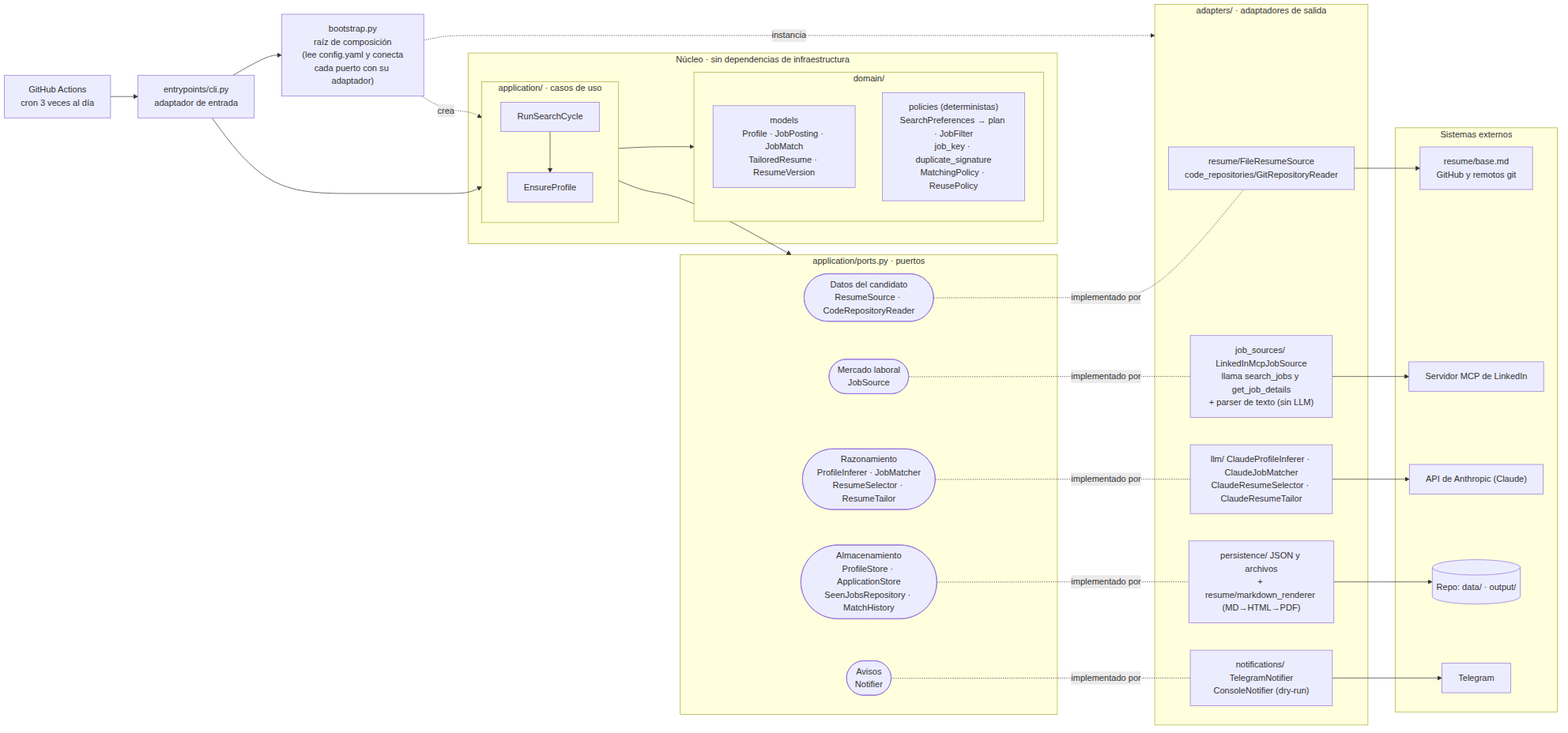
This is docs/diagramas/componentes.png from HugoTalledos/job-search, a Mermaid export, as it was before one commit. Its source is kept beside it as docs/diagramas/componentes.mmd.
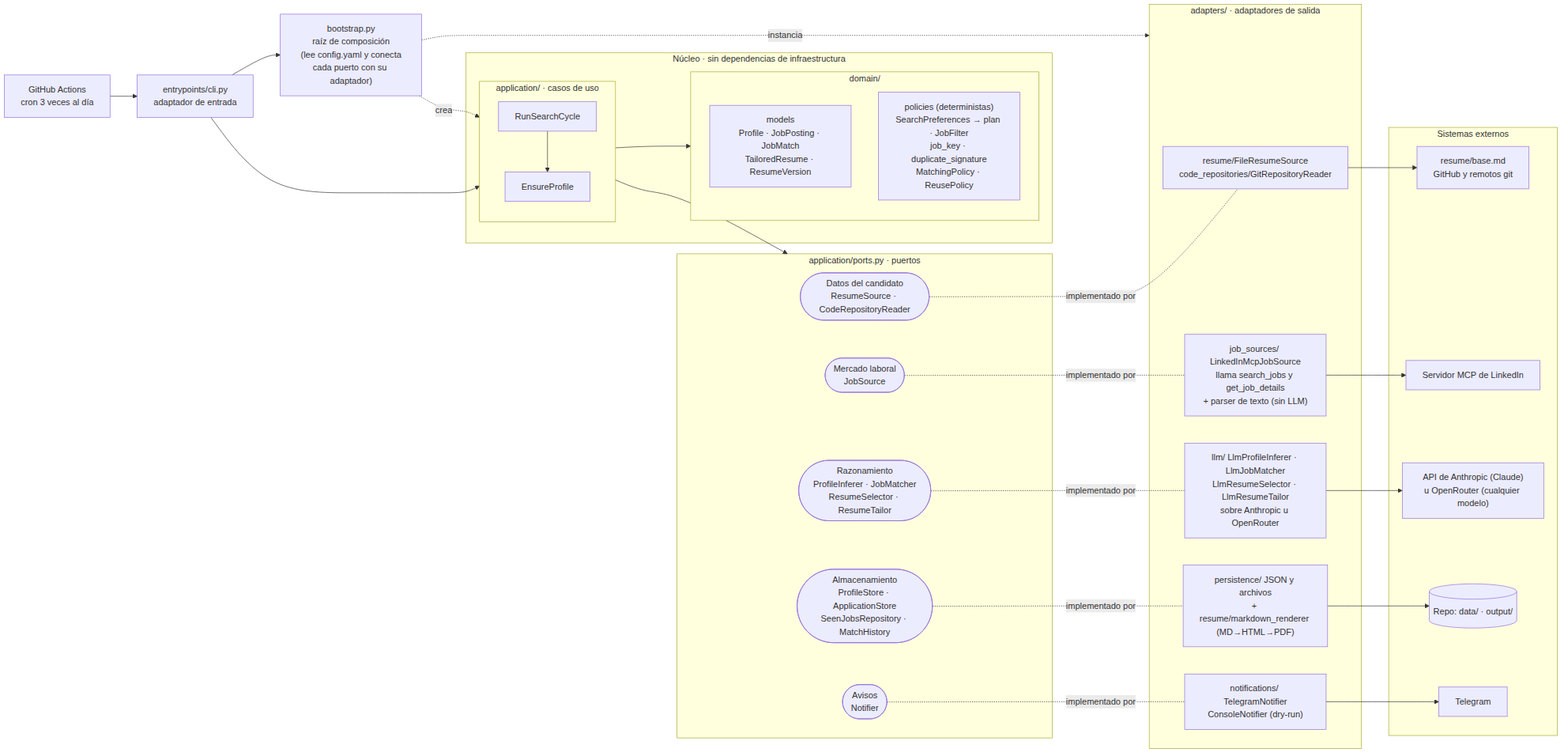
Above is the later version.

What changed in the source:
```diff
@@ -30,7 +30,7 @@
         direction TB
         A_CAND["resume/FileResumeSource<br/>code_repositories/GitRepositoryReader"]
         A_JOB["job_sources/ LinkedInMcpJobSource<br/>llama search_jobs y get_job_details<br/>+ parser de texto (sin LLM)"]
-        A_LLM["llm/ ClaudeProfileInferer · ClaudeJobMatcher<br/>ClaudeResumeSelector · ClaudeResumeTailor"]
+        A_LLM["llm/ LlmProfileInferer · LlmJobMatcher<br/>LlmResumeSelector · LlmResumeTailor<br/>sobre Anthropic u OpenRouter"]
         A_STO["persistence/ JSON y archivos<br/>+ resume/markdown_renderer (MD→HTML→PDF)"]
         A_NOT["notifications/ TelegramNotifier<br/>ConsoleNotifier (dry-run)"]
     end
@@ -39,7 +39,7 @@
         direction TB
         E_CAND["resume/base.md<br/>GitHub y remotos git"]
         E_JOB["Servidor MCP de LinkedIn"]
-        E_LLM["API de Anthropic (Claude)"]
+        E_LLM["API de Anthropic (Claude)<br/>u OpenRouter (cualquier modelo)"]
         E_STO[("Repo: data/ · output/")]
         E_NOT["Telegram"]
     end
```
